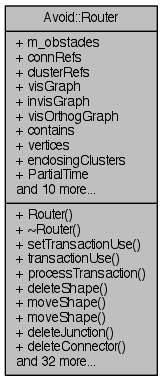
Above: documentation/classAvoid_1_1Router__coll__graph.png in mjwybrow/adaptagrams (Graphviz), before the change. Its source is kept beside it as documentation/classAvoid_1_1Router__coll__graph.dot. The source it was exported from:
```dot
digraph "Avoid::Router"
{
  edge [fontname="Helvetica",fontsize="10",labelfontname="Helvetica",labelfontsize="10"];
  node [fontname="Helvetica",fontsize="10",shape=record];
  Node1 [label="{Avoid::Router\n|+ m_obstacles\l+ connRefs\l+ clusterRefs\l+ visGraph\l+ invisGraph\l+ visOrthogGraph\l+ contains\l+ vertices\l+ enclosingClusters\l+ PartialTime\land 10 more...\l|+ Router()\l+ ~Router()\l+ setTransactionUse()\l+ transactionUse()\l+ processTransaction()\l+ deleteShape()\l+ moveShape()\l+ moveShape()\l+ deleteJunction()\l+ deleteConnector()\land 32 more...\l}",height=0.2,width=0.4,color="black", fillcolor="grey75", style="filled" fontcolor="black"];
}
```
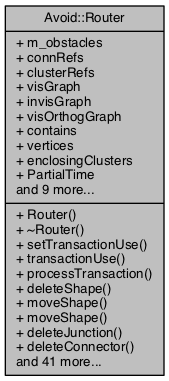
Later version of the same file.

Change to the diagram source:
```diff
@@ -2,5 +2,5 @@
 {
   edge [fontname="Helvetica",fontsize="10",labelfontname="Helvetica",labelfontsize="10"];
   node [fontname="Helvetica",fontsize="10",shape=record];
-  Node1 [label="{Avoid::Router\n|+ m_obstacles\l+ connRefs\l+ clusterRefs\l+ visGraph\l+ invisGraph\l+ visOrthogGraph\l+ contains\l+ vertices\l+ enclosingClusters\l+ PartialTime\land 10 more...\l|+ Router()\l+ ~Router()\l+ setTransactionUse()\l+ transactionUse()\l+ processTransaction()\l+ deleteShape()\l+ moveShape()\l+ moveShape()\l+ deleteJunction()\l+ deleteConnector()\land 32 more...\l}",height=0.2,width=0.4,color="black", fillcolor="grey75", style="filled" fontcolor="black"];
+  Node1 [label="{Avoid::Router\n|+ m_obstacles\l+ connRefs\l+ clusterRefs\l+ visGraph\l+ invisGraph\l+ visOrthogGraph\l+ contains\l+ vertices\l+ enclosingClusters\l+ PartialTime\land 9 more...\l|+ Router()\l+ ~Router()\l+ setTransactionUse()\l+ transactionUse()\l+ processTransaction()\l+ deleteShape()\l+ moveShape()\l+ moveShape()\l+ deleteJunction()\l+ deleteConnector()\land 41 more...\l}",height=0.2,width=0.4,color="black", fillcolor="grey75", style="filled", fontcolor="black"];
 }
```
